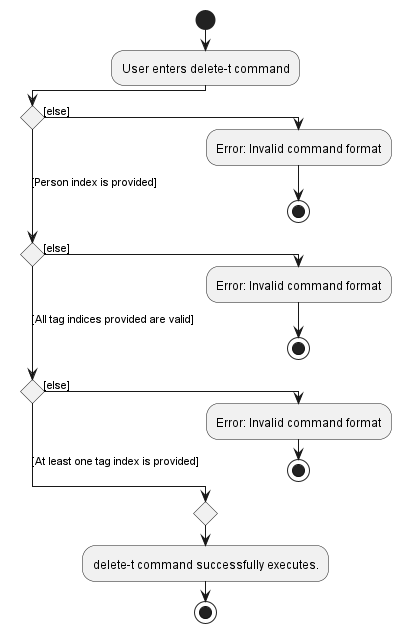
This is docs/images/DeleteTagFromPersonCommandActivityDiagram.png from nus-cs2103-AY2223S2/tp, a PlantUML export, as it was before one commit. Its diagram source:
```plantuml
@startuml
!pragma useVerticalIf on
start
:User enters delete-t command;
if () then ([else])
  :Error: Invalid command format;
  stop
([Person index is provided]) elseif () then ([else])
  :Error: Invalid command format;
  stop
([All tag indices provided are valid]) elseif () then ([else])
  :Error: Invalid command format;
  stop
else ([At least one tag index is provided])
endif
  :delete-t command successfully executes.;
stop

@enduml
```
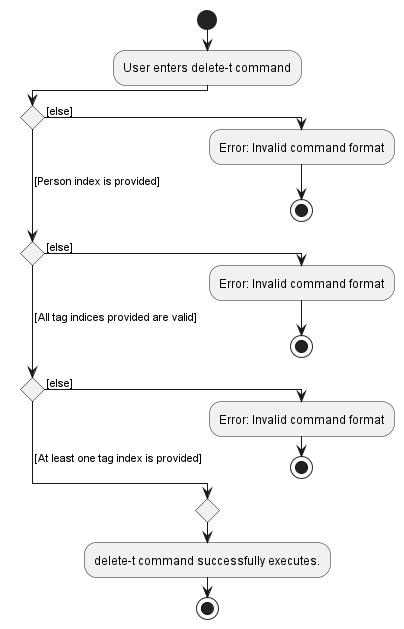
Later version of the same file.

The edit, as a diff of the source:
```diff
@@ -2,16 +2,16 @@
 !pragma useVerticalIf on
 start
 :User enters delete-t command;
-if () then ([else])
+if () then ( [else])
   :Error: Invalid command format;
   stop
-([Person index is provided]) elseif () then ([else])
+( [Person index is provided]) elseif () then ( [else])
   :Error: Invalid command format;
   stop
-([All tag indices provided are valid]) elseif () then ([else])
+( [All tag indices provided are valid]) elseif () then ( [else])
   :Error: Invalid command format;
   stop
-else ([At least one tag index is provided])
+else ( [At least one tag index is provided])
 endif
   :delete-t command successfully executes.;
 stop
```
